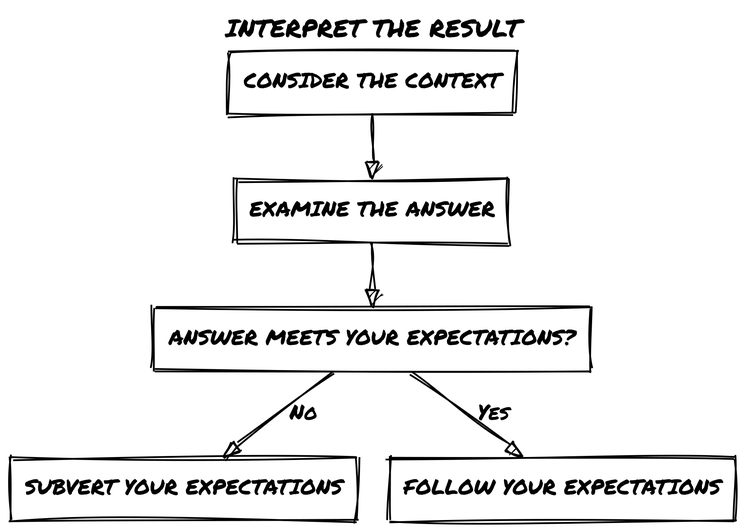
Before: en/diagrams/interpret_results.png, a diagram exported from Graphviz (zeruhur/loner). Its source is kept beside it as en/diagrams/interpret_results.dot. Its diagram source:
```dot
digraph scene_breakdown {
    label = "INTERPRET THE RESULT";
    labelloc="t";
    fontname="Permanent Marker";
    node [shape="rect", style = "",
    fontname="Permanent Marker", fontsize=12];
    edge [shape="rect", fontname="Permanent Marker", fontsize=12];

    cs31 [label = "ANSWER MEETS YOUR EXPECTATIONS?"];
    cs32 [label = "CONSIDER THE CONTEXT"];
    cs33 [label = "EXAMINE THE ANSWER"];
    cs34 [label = "SUBVERT YOUR EXPECTATIONS"];
    cs35 [label = "FOLLOW YOUR EXPECTATIONS"];

    cs32 -> cs33 -> cs31;
    cs31 -> cs35 [label = "Yes"];
    cs31 -> cs34 [label = "No"];
}
```
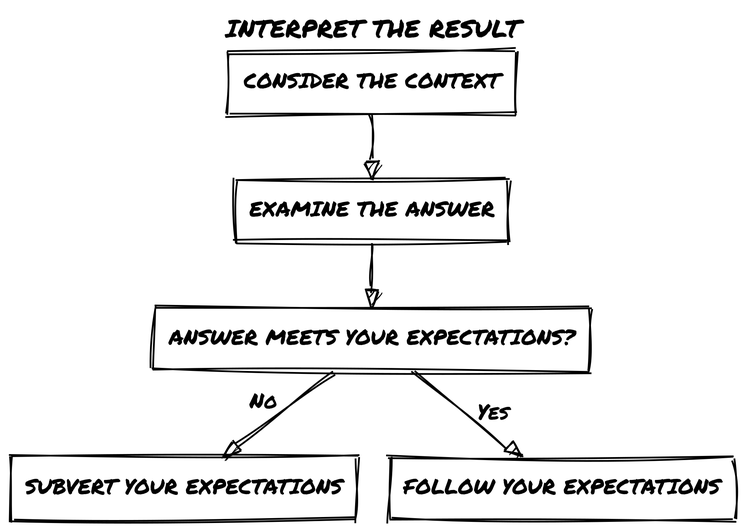
Later version of the same file.

What changed in the source:
```diff
@@ -14,5 +14,5 @@
 
     cs32 -> cs33 -> cs31;
     cs31 -> cs35 [label = "Yes"];
-    cs31 -> cs34 [label = "No"];
+    cs31 -> cs34 [xlabel = "No"];
 }
```
